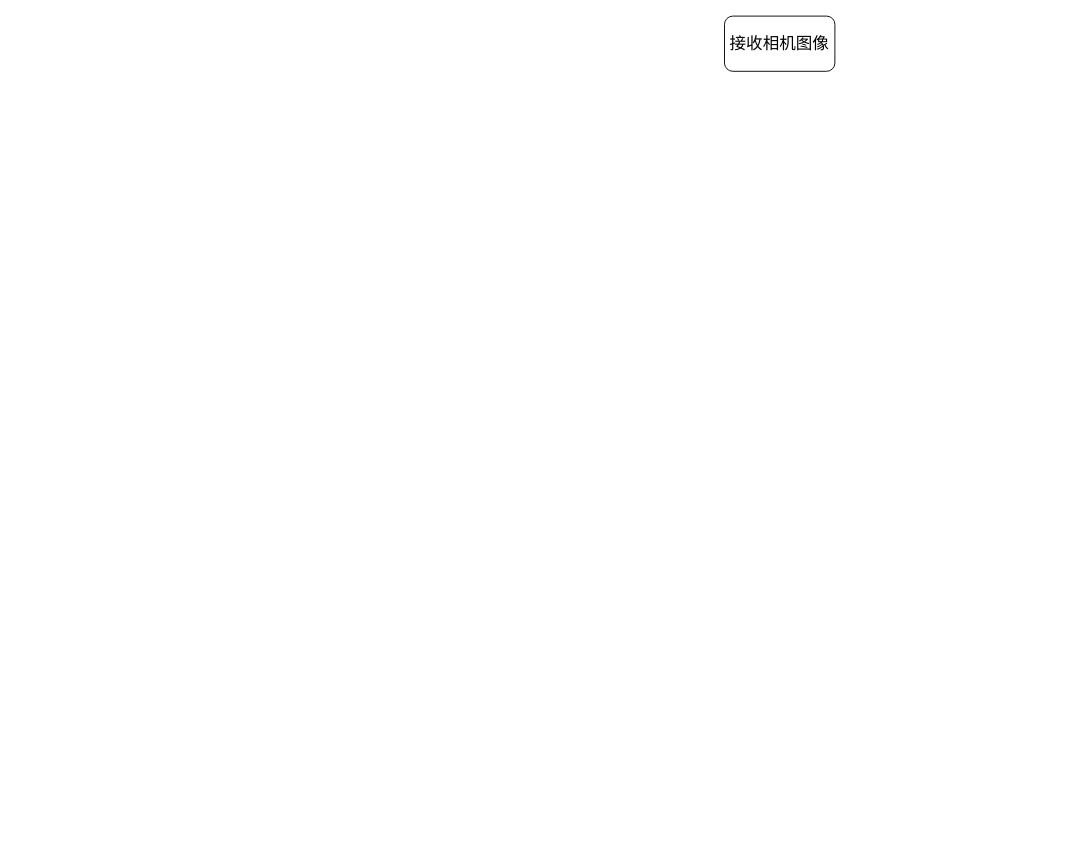
This is Untitled Diagram.drawio from gxt-kt/picgo_pictures, a draw.io file, before an edit. Source tidied: cells renumbered, new cells numbered last; positions are measured from the earlier drawing's top-left corner, leaving out a move shared by most shapes. Both pictures are drawn from the tidied source at 92%, with x=0, y=0 at pixel (724, 16).
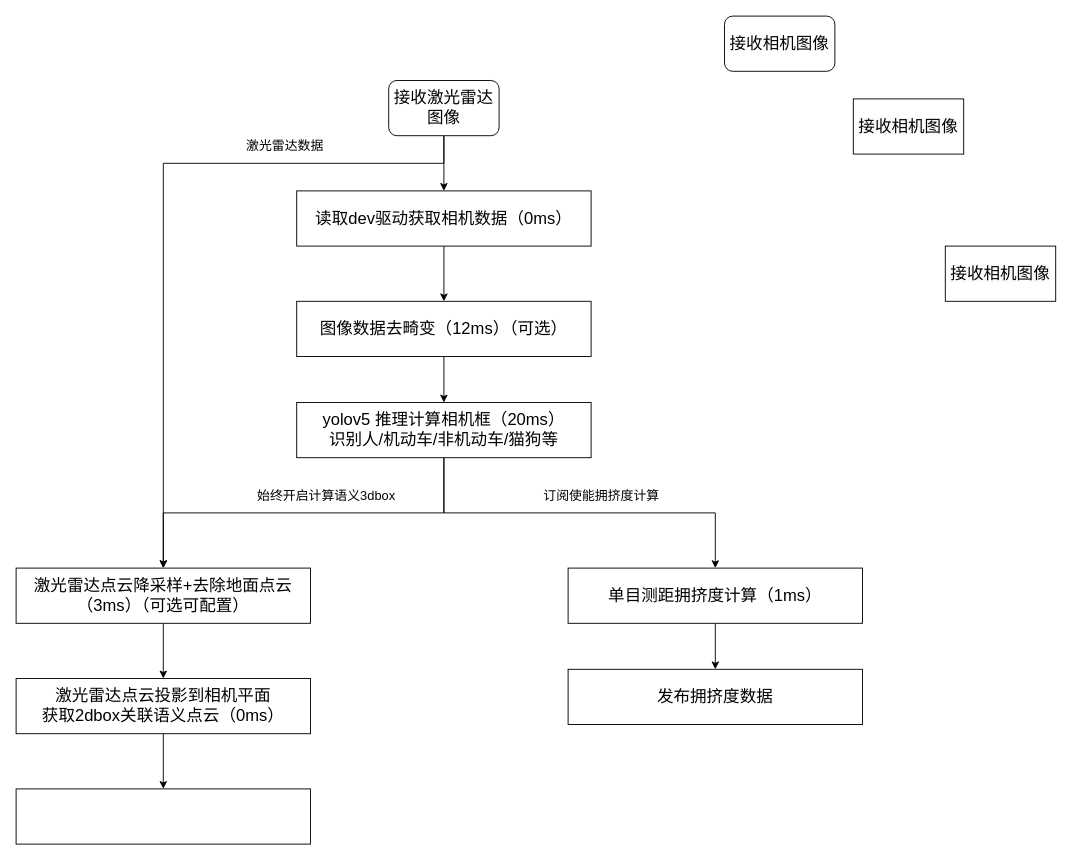
The same diagram, later.

What changed in the source:
```diff
@@
+    <mxCell id="3" style="edgeStyle=orthogonalEdgeStyle;rounded=0;jettySize=auto;html=1;entryX=0.5;entryY=0;entryDx=0;entryDy=0;" parent="1" edge="1" source="6" target="20">
+      <mxGeometry relative="1" as="geometry" />
+    </mxCell>
+    <mxCell id="4" style="edgeStyle=orthogonalEdgeStyle;rounded=0;jettySize=auto;html=1;" parent="1" edge="1" source="6" target="22">
+      <mxGeometry relative="1" as="geometry">
+        <Array as="points">
+          <mxPoint x="-305" y="160" />
+          <mxPoint x="-610" y="160" />
+        </Array>
+      </mxGeometry>
+    </mxCell>
+    <mxCell id="5" value="&lt;font style=&quot;font-size: 14px;&quot;&gt;激光雷达数据&lt;/font&gt;" style="edgeLabel;html=1;align=center;verticalAlign=middle;" parent="4" vertex="1">
+      <mxGeometry x="-0.48" y="-5" relative="1" as="geometry">
+        <mxPoint x="-2" y="-15" as="offset" />
+      </mxGeometry>
+    </mxCell>
+    <mxCell id="6" value="&lt;font style=&quot;font-size: 18px;&quot;&gt;接收激光雷达图像&lt;/font&gt;" style="rounded=1;whiteSpace=wrap;html=1;" parent="1" vertex="1">
+      <mxGeometry x="-365" y="70" width="120" height="60" as="geometry" />
+    </mxCell>
+    <mxCell id="7" value="&lt;span style=&quot;color: rgb(0, 0, 0); font-family: Helvetica; font-size: 18px; font-style: normal; font-variant-ligatures: normal; font-variant-caps: normal; font-weight: 400; letter-spacing: normal; orphans: 2; text-align: center; text-indent: 0px; text-transform: none; widows: 2; word-spacing: 0px; -webkit-text-stroke-width: 0px; white-space: normal; background-color: rgb(251, 251, 251); text-decoration-thickness: initial; text-decoration-style: initial; text-decoration-color: initial; display: inline !important; float: none;&quot;&gt;接收相机图像&lt;/span&gt;" style="rounded=0;whiteSpace=wrap;html=1;" parent="1" vertex="1">
+      <mxGeometry x="140" y="90" width="120" height="60" as="geometry" />
+    </mxCell>
+    <mxCell id="8" value="&lt;span style=&quot;color: rgb(0, 0, 0); font-family: Helvetica; font-size: 18px; font-style: normal; font-variant-ligatures: normal; font-variant-caps: normal; font-weight: 400; letter-spacing: normal; orphans: 2; text-align: center; text-indent: 0px; text-transform: none; widows: 2; word-spacing: 0px; -webkit-text-stroke-width: 0px; white-space: normal; background-color: rgb(251, 251, 251); text-decoration-thickness: initial; text-decoration-style: initial; text-decoration-color: initial; display: inline !important; float: none;&quot;&gt;接收相机图像&lt;/span&gt;" style="rounded=0;whiteSpace=wrap;html=1;" parent="1" vertex="1">
+      <mxGeometry x="240" y="250" width="120" height="60" as="geometry" />
+    </mxCell>
+    <mxCell id="9" style="edgeStyle=orthogonalEdgeStyle;rounded=0;jettySize=auto;html=1;entryX=0.5;entryY=0;entryDx=0;entryDy=0;" parent="1" edge="1" source="10" target="15">
+      <mxGeometry relative="1" as="geometry" />
+    </mxCell>
+    <mxCell id="10" value="&lt;span style=&quot;font-size: 18px;&quot;&gt;图像数据去畸变（12ms）（可选）&lt;/span&gt;" style="rounded=0;whiteSpace=wrap;html=1;" parent="1" vertex="1">
+      <mxGeometry x="-465" y="310" width="320" height="60" as="geometry" />
+    </mxCell>
+    <mxCell id="11" style="edgeStyle=orthogonalEdgeStyle;rounded=0;jettySize=auto;html=1;" parent="1" edge="1" source="15" target="17">
+      <mxGeometry relative="1" as="geometry" />
+    </mxCell>
+    <mxCell id="12" value="&lt;font style=&quot;font-size: 14px;&quot;&gt;订阅使能拥挤度计算&lt;/font&gt;" style="edgeLabel;html=1;align=center;verticalAlign=middle;" parent="11" vertex="1">
+      <mxGeometry x="0.11" y="-1" relative="1" as="geometry">
+        <mxPoint y="-21" as="offset" />
+      </mxGeometry>
+    </mxCell>
+    <mxCell id="13" style="edgeStyle=orthogonalEdgeStyle;rounded=0;jettySize=auto;html=1;entryX=0.5;entryY=0;entryDx=0;entryDy=0;" parent="1" edge="1" source="15" target="22">
+      <mxGeometry relative="1" as="geometry" />
+    </mxCell>
+    <mxCell id="14" value="&lt;font style=&quot;font-size: 14px;&quot;&gt;始终开启计算语义3dbox&lt;/font&gt;" style="edgeLabel;html=1;align=center;verticalAlign=middle;" parent="13" vertex="1">
+      <mxGeometry x="-0.11" y="-3" relative="1" as="geometry">
+        <mxPoint y="-17" as="offset" />
+      </mxGeometry>
+    </mxCell>
+    <mxCell id="15" value="&lt;span style=&quot;font-size: 18px;&quot;&gt;yolov5 推理计算相机框&lt;/span&gt;&lt;span style=&quot;font-size: 18px;&quot;&gt;（20ms）&lt;/span&gt;&lt;div&gt;&lt;span style=&quot;font-size: 18px;&quot;&gt;识别人/机动车/非机动车/猫狗等&lt;/span&gt;&lt;/div&gt;" style="rounded=0;whiteSpace=wrap;html=1;" parent="1" vertex="1">
+      <mxGeometry x="-465" y="420" width="320" height="60" as="geometry" />
+    </mxCell>
+    <mxCell id="16" style="edgeStyle=orthogonalEdgeStyle;rounded=0;jettySize=auto;html=1;entryX=0.5;entryY=0;entryDx=0;entryDy=0;" parent="1" edge="1" source="17" target="18">
+      <mxGeometry relative="1" as="geometry" />
+    </mxCell>
+    <mxCell id="17" value="&lt;span style=&quot;font-size: 18px;&quot;&gt;单目测距拥挤度计算（1ms）&lt;/span&gt;" style="rounded=0;whiteSpace=wrap;html=1;" parent="1" vertex="1">
+      <mxGeometry x="-170" y="600" width="320" height="60" as="geometry" />
+    </mxCell>
+    <mxCell id="18" value="&lt;span style=&quot;font-size: 18px;&quot;&gt;发布拥挤度数据&lt;/span&gt;" style="rounded=0;whiteSpace=wrap;html=1;" parent="1" vertex="1">
+      <mxGeometry x="-170" y="710" width="320" height="60" as="geometry" />
+    </mxCell>
+    <mxCell id="19" style="edgeStyle=orthogonalEdgeStyle;rounded=0;jettySize=auto;html=1;entryX=0.5;entryY=0;entryDx=0;entryDy=0;" parent="1" edge="1" source="20" target="10">
+      <mxGeometry relative="1" as="geometry" />
+    </mxCell>
+    <mxCell id="20" value="&lt;span style=&quot;font-size: 18px;&quot;&gt;读取dev驱动获取相机数据（0ms）&lt;/span&gt;" style="rounded=0;whiteSpace=wrap;html=1;" parent="1" vertex="1">
+      <mxGeometry x="-465" y="190" width="320" height="60" as="geometry" />
+    </mxCell>
+    <mxCell id="21" style="edgeStyle=orthogonalEdgeStyle;rounded=0;jettySize=auto;html=1;entryX=0.5;entryY=0;entryDx=0;entryDy=0;" parent="1" edge="1" source="22" target="24">
+      <mxGeometry relative="1" as="geometry" />
+    </mxCell>
+    <mxCell id="22" value="&lt;span style=&quot;font-size: 18px;&quot;&gt;激光雷达点云降采样+去除地面点云（3&lt;/span&gt;&lt;span style=&quot;font-size: 18px; background-color: initial;&quot;&gt;ms）（可选可配置）&lt;/span&gt;" style="rounded=0;whiteSpace=wrap;html=1;" parent="1" vertex="1">
+      <mxGeometry x="-770" y="600" width="320" height="60" as="geometry" />
+    </mxCell>
+    <mxCell id="23" style="edgeStyle=orthogonalEdgeStyle;rounded=0;jettySize=auto;html=1;entryX=0.5;entryY=0;entryDx=0;entryDy=0;" parent="1" edge="1" source="24" target="25">
+      <mxGeometry relative="1" as="geometry" />
+    </mxCell>
+    <mxCell id="24" value="&lt;span style=&quot;font-size: 18px;&quot;&gt;激光雷达点云投影到相机平面&lt;/span&gt;&lt;div&gt;&lt;span style=&quot;font-size: 18px;&quot;&gt;获取2dbox关联语义点云（0ms）&lt;/span&gt;&lt;/div&gt;" style="rounded=0;whiteSpace=wrap;html=1;" parent="1" vertex="1">
+      <mxGeometry x="-770" y="720" width="320" height="60" as="geometry" />
+    </mxCell>
+    <mxCell id="25" style="rounded=0;whiteSpace=wrap;html=1;" parent="1" vertex="1">
+      <mxGeometry x="-770" y="840" width="320" height="60" as="geometry" />
+    </mxCell>
```
